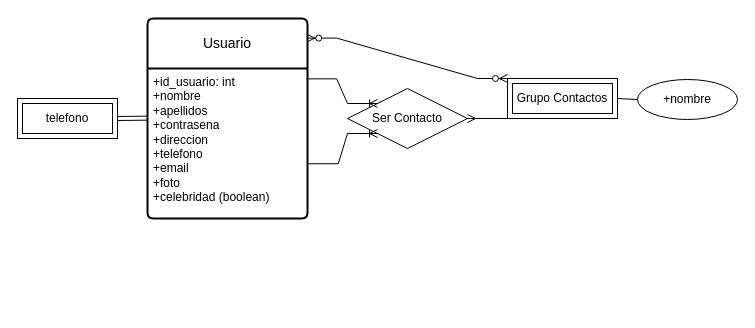
This is ejercicio14.drawio from AsierGArranz/aga-sru-sa-t-UD12DiagramaER-11102023, a draw.io file, before an edit. Source tidied: cells renumbered, new cells numbered last; positions are measured from the earlier drawing's top-left corner, leaving out a move shared by most shapes. Both pictures are drawn from the tidied source at 100%, with x=0, y=0 at pixel (17, 18).
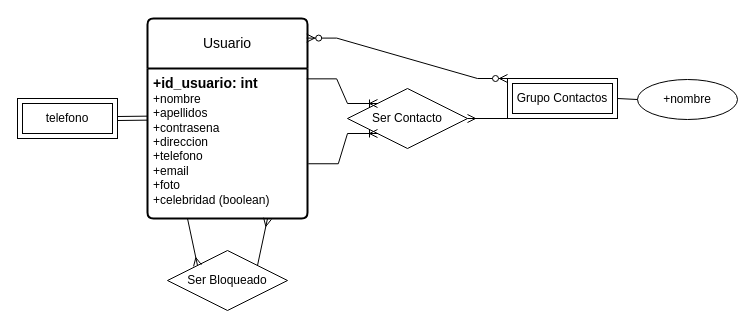
After the change.

Change to the diagram source:
```diff
@@
 <mxGraphModel>
   <root>
     <mxCell id="0" />
     <mxCell id="1" parent="0" />
     <mxCell id="2" value="Usuario" style="swimlane;horizontal=1;startSize=50;rounded=1;fontSize=14;fontStyle=0;strokeWidth=2;shadow=0;dashed=0;align=center;arcSize=4;whiteSpace=wrap;html=1;" parent="1" vertex="1">
       <mxGeometry x="130" width="160" height="200" as="geometry" />
     </mxCell>
-    <mxCell id="3" value="+id_usuario: int&lt;br style=&quot;border-color: var(--border-color);&quot;&gt;+nombre&lt;br style=&quot;border-color: var(--border-color);&quot;&gt;+apellidos&lt;br style=&quot;border-color: var(--border-color);&quot;&gt;+contrasena&lt;br style=&quot;border-color: var(--border-color);&quot;&gt;+direccion&lt;br style=&quot;border-color: var(--border-color);&quot;&gt;+telefono&lt;br style=&quot;border-color: var(--border-color);&quot;&gt;+email&lt;br style=&quot;border-color: var(--border-color);&quot;&gt;+foto&lt;br&gt;+celebridad (boolean)" style="align=left;strokeColor=none;fillColor=none;spacingLeft=4;fontSize=12;verticalAlign=top;html=1;" parent="2" vertex="1">
+    <mxCell id="3" value="&lt;font style=&quot;font-size: 14px;&quot;&gt;&lt;b&gt;+id_usuario: int&lt;/b&gt;&lt;/font&gt;&lt;br style=&quot;border-color: var(--border-color);&quot;&gt;+nombre&lt;br style=&quot;border-color: var(--border-color);&quot;&gt;+apellidos&lt;br style=&quot;border-color: var(--border-color);&quot;&gt;+contrasena&lt;br style=&quot;border-color: var(--border-color);&quot;&gt;+direccion&lt;br style=&quot;border-color: var(--border-color);&quot;&gt;+telefono&lt;br style=&quot;border-color: var(--border-color);&quot;&gt;+email&lt;br style=&quot;border-color: var(--border-color);&quot;&gt;+foto&lt;br&gt;+celebridad (boolean)" style="align=left;strokeColor=none;fillColor=none;spacingLeft=4;fontSize=12;verticalAlign=top;html=1;" parent="2" vertex="1">
       <mxGeometry y="50" width="160" height="150" as="geometry" />
     </mxCell>
     <mxCell id="4" value="telefono" style="shape=ext;margin=3;double=1;whiteSpace=wrap;html=1;align=center;" parent="1" vertex="1">
       <mxGeometry y="80" width="100" height="40" as="geometry" />
     </mxCell>
     <mxCell id="5" style="shape=link;html=1;rounded=0;exitX=1;exitY=0.5;exitDx=0;exitDy=0;entryX=0;entryY=0.331;entryDx=0;entryDy=0;entryPerimeter=0;" parent="1" edge="1" source="4" target="3">
       <mxGeometry relative="1" as="geometry" />
     </mxCell>
     <mxCell id="6" value="Ser Contacto" style="shape=rhombus;perimeter=rhombusPerimeter;whiteSpace=wrap;html=1;align=center;" parent="1" vertex="1">
       <mxGeometry x="330" y="70" width="120" height="60" as="geometry" />
     </mxCell>
     <mxCell id="7" style="edgeStyle=entityRelationEdgeStyle;fontSize=12;html=1;endArrow=ERoneToMany;rounded=0;exitX=0.995;exitY=0.069;exitDx=0;exitDy=0;entryX=0;entryY=0;entryDx=0;entryDy=0;exitPerimeter=0;" parent="1" edge="1" source="3" target="6">
       <mxGeometry relative="1" as="geometry" />
     </mxCell>
     <mxCell id="8" style="edgeStyle=entityRelationEdgeStyle;fontSize=12;html=1;endArrow=ERoneToMany;rounded=0;exitX=1.005;exitY=0.635;exitDx=0;exitDy=0;exitPerimeter=0;entryX=0;entryY=1;entryDx=0;entryDy=0;" parent="1" edge="1" source="3" target="6">
       <mxGeometry relative="1" as="geometry" />
     </mxCell>
     <mxCell id="9" value="Grupo Contactos" style="shape=ext;margin=3;double=1;whiteSpace=wrap;html=1;align=center;" parent="1" vertex="1">
       <mxGeometry x="490" y="60" width="110" height="40" as="geometry" />
     </mxCell>
     <mxCell id="10" value="+nombre" style="ellipse;whiteSpace=wrap;html=1;align=center;" parent="1" vertex="1">
       <mxGeometry x="620" y="61" width="100" height="40" as="geometry" />
     </mxCell>
     <mxCell id="11" style="endArrow=none;html=1;rounded=0;entryX=0;entryY=0.5;entryDx=0;entryDy=0;exitX=1;exitY=0.5;exitDx=0;exitDy=0;" parent="1" edge="1" source="9" target="10">
       <mxGeometry relative="1" as="geometry" />
     </mxCell>
     <mxCell id="12" style="edgeStyle=entityRelationEdgeStyle;fontSize=12;html=1;endArrow=ERzeroToMany;endFill=1;startArrow=ERzeroToMany;rounded=0;exitX=0.995;exitY=0.098;exitDx=0;exitDy=0;exitPerimeter=0;entryX=0;entryY=0;entryDx=0;entryDy=0;" parent="1" edge="1" source="2" target="9">
       <mxGeometry relative="1" as="geometry" />
     </mxCell>
     <mxCell id="13" style="edgeStyle=entityRelationEdgeStyle;fontSize=12;html=1;endArrow=ERmany;rounded=0;exitX=0;exitY=1;exitDx=0;exitDy=0;" parent="1" edge="1" source="9" target="6">
       <mxGeometry relative="1" as="geometry" />
     </mxCell>
+    <mxCell id="14" value="Ser Bloqueado" style="shape=rhombus;perimeter=rhombusPerimeter;whiteSpace=wrap;html=1;align=center;" parent="1" vertex="1">
+      <mxGeometry x="150" y="232" width="120" height="60" as="geometry" />
+    </mxCell>
+    <mxCell id="15" style="fontSize=12;html=1;endArrow=ERmany;rounded=0;entryX=0;entryY=0;entryDx=0;entryDy=0;exitX=0.25;exitY=1;exitDx=0;exitDy=0;" parent="1" edge="1" source="3" target="14">
+      <mxGeometry relative="1" as="geometry" />
+    </mxCell>
+    <mxCell id="16" style="fontSize=12;html=1;endArrow=ERmany;rounded=0;entryX=0.75;entryY=1;entryDx=0;entryDy=0;exitX=1;exitY=0;exitDx=0;exitDy=0;" parent="1" edge="1" source="14" target="3">
+      <mxGeometry relative="1" as="geometry" />
+    </mxCell>
   </root>
 </mxGraphModel>
```
